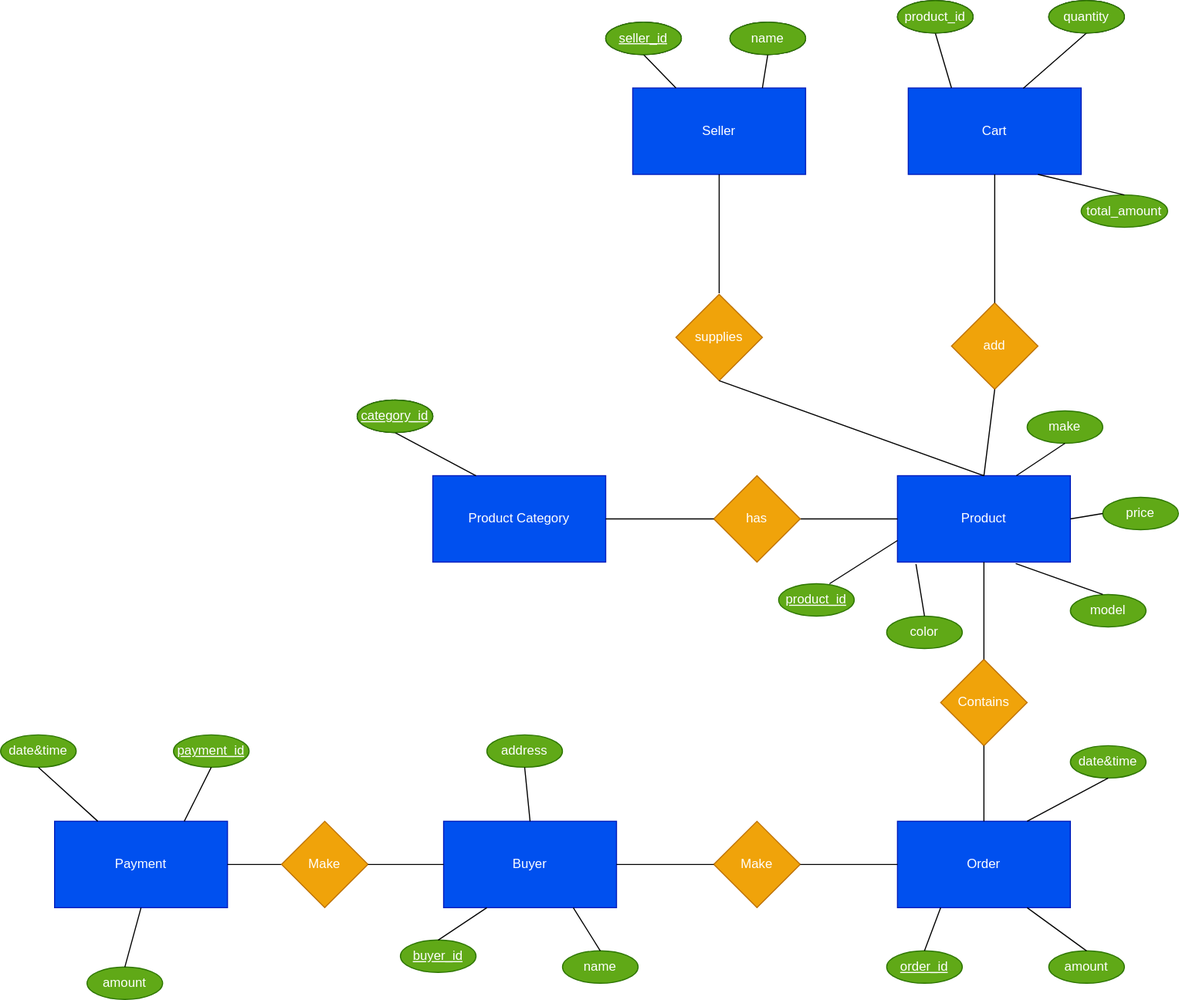
The draw.io diagram ER_diagram.drawio.svg in Hemakanth1/shopping-cart-system, before a commit. Source tidied: cells renumbered, new cells last; positions are measured from the earlier drawing's top-left corner, leaving out a move shared by most shapes.
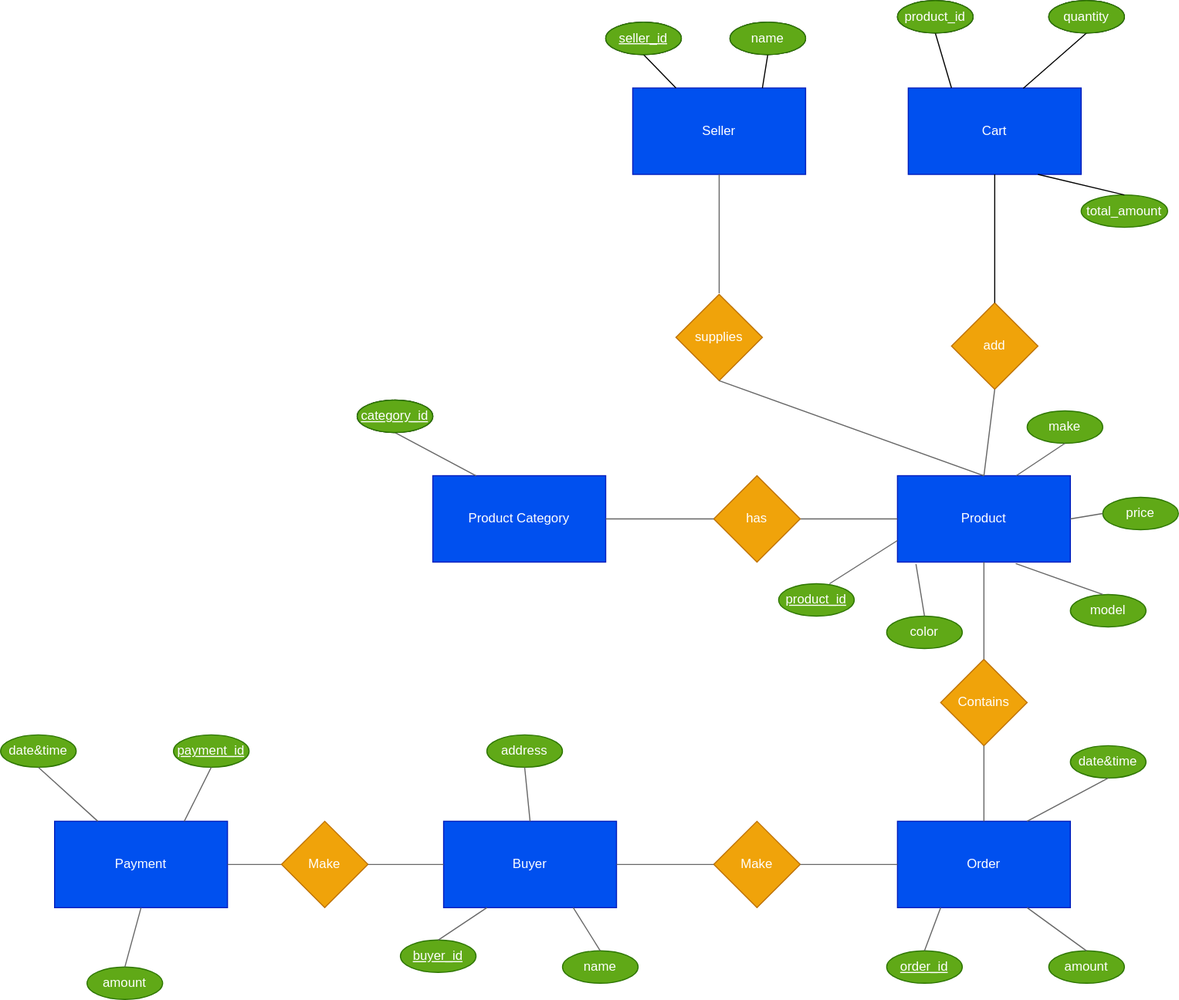
After the change.

What changed in the source:
```diff
@@ -26,39 +26,39 @@
     <mxCell id="9" value="&lt;font color=&quot;#ffffff&quot;&gt;Make&lt;/font&gt;" style="rhombus;whiteSpace=wrap;html=1;fontColor=#000000;fillColor=#f0a30a;strokeColor=#BD7000;" parent="1" vertex="1">
       <mxGeometry x="660" y="760" width="80" height="80" as="geometry" />
     </mxCell>
-    <mxCell id="10" style="endArrow=none;html=1;fontColor=#FFFFFF;exitX=1;exitY=0.5;exitDx=0;exitDy=0;" parent="1" edge="1" source="6" target="9">
+    <mxCell id="10" style="endArrow=none;html=1;fontColor=#FFFFFF;exitX=1;exitY=0.5;exitDx=0;exitDy=0;fillColor=#f5f5f5;strokeColor=#666666;" parent="1" edge="1" source="6" target="9">
       <mxGeometry relative="1" as="geometry" />
     </mxCell>
-    <mxCell id="11" style="endArrow=none;html=1;fontColor=#FFFFFF;exitX=1;exitY=0.5;exitDx=0;exitDy=0;entryX=0;entryY=0.5;entryDx=0;entryDy=0;" parent="1" edge="1" source="9" target="7">
+    <mxCell id="11" style="endArrow=none;html=1;fontColor=#FFFFFF;exitX=1;exitY=0.5;exitDx=0;exitDy=0;entryX=0;entryY=0.5;entryDx=0;entryDy=0;fillColor=#f5f5f5;strokeColor=#666666;" parent="1" edge="1" source="9" target="7">
       <mxGeometry relative="1" as="geometry" />
     </mxCell>
     <mxCell id="12" value="&lt;font color=&quot;#ffffff&quot;&gt;Contains&lt;/font&gt;" style="rhombus;whiteSpace=wrap;html=1;fontColor=#000000;fillColor=#f0a30a;strokeColor=#BD7000;" parent="1" vertex="1">
       <mxGeometry x="870" y="610" width="80" height="80" as="geometry" />
     </mxCell>
-    <mxCell id="13" style="endArrow=none;html=1;fontColor=#FFFFFF;exitX=0.5;exitY=0;exitDx=0;exitDy=0;entryX=0.5;entryY=1;entryDx=0;entryDy=0;" parent="1" edge="1" source="7" target="12">
+    <mxCell id="13" style="endArrow=none;html=1;fontColor=#FFFFFF;exitX=0.5;exitY=0;exitDx=0;exitDy=0;entryX=0.5;entryY=1;entryDx=0;entryDy=0;fillColor=#f5f5f5;strokeColor=#666666;" parent="1" edge="1" source="7" target="12">
       <mxGeometry relative="1" as="geometry" />
     </mxCell>
-    <mxCell id="14" style="endArrow=none;html=1;fontColor=#FFFFFF;entryX=0.5;entryY=0;entryDx=0;entryDy=0;exitX=0.5;exitY=1;exitDx=0;exitDy=0;" parent="1" edge="1" source="3" target="12">
+    <mxCell id="14" style="endArrow=none;html=1;fontColor=#FFFFFF;entryX=0.5;entryY=0;entryDx=0;entryDy=0;exitX=0.5;exitY=1;exitDx=0;exitDy=0;fillColor=#f5f5f5;strokeColor=#666666;" parent="1" edge="1" source="3" target="12">
       <mxGeometry relative="1" as="geometry" />
     </mxCell>
-    <mxCell id="15" style="endArrow=none;html=1;fontColor=#FFFFFF;entryX=0;entryY=0.5;entryDx=0;entryDy=0;" parent="1" edge="1" source="16" target="3">
+    <mxCell id="15" style="endArrow=none;html=1;fontColor=#FFFFFF;entryX=0;entryY=0.5;entryDx=0;entryDy=0;fillColor=#f5f5f5;strokeColor=#666666;" parent="1" edge="1" source="16" target="3">
       <mxGeometry relative="1" as="geometry" />
     </mxCell>
     <mxCell id="16" value="&lt;font color=&quot;#ffffff&quot;&gt;has&lt;/font&gt;" style="rhombus;whiteSpace=wrap;html=1;fontColor=#000000;fillColor=#f0a30a;strokeColor=#BD7000;" parent="1" vertex="1">
       <mxGeometry x="660" y="440" width="80" height="80" as="geometry" />
     </mxCell>
-    <mxCell id="17" style="endArrow=none;html=1;fontColor=#FFFFFF;entryX=0;entryY=0.5;entryDx=0;entryDy=0;exitX=1;exitY=0.5;exitDx=0;exitDy=0;" parent="1" edge="1" source="4" target="16">
+    <mxCell id="17" style="endArrow=none;html=1;fontColor=#FFFFFF;entryX=0;entryY=0.5;entryDx=0;entryDy=0;exitX=1;exitY=0.5;exitDx=0;exitDy=0;fillColor=#f5f5f5;strokeColor=#666666;" parent="1" edge="1" source="4" target="16">
       <mxGeometry relative="1" as="geometry" />
     </mxCell>
     <mxCell id="18" value="&lt;font color=&quot;#ffffff&quot;&gt;supplies&lt;/font&gt;" style="rhombus;whiteSpace=wrap;html=1;fontColor=#000000;fillColor=#f0a30a;strokeColor=#BD7000;" parent="1" vertex="1">
       <mxGeometry x="625" y="272" width="80" height="80" as="geometry" />
     </mxCell>
-    <mxCell id="19" style="endArrow=none;html=1;fontColor=#FFFFFF;exitX=0.5;exitY=1;exitDx=0;exitDy=0;entryX=0.5;entryY=0;entryDx=0;entryDy=0;" parent="1" edge="1" source="2">
+    <mxCell id="19" style="endArrow=none;html=1;fontColor=#FFFFFF;exitX=0.5;exitY=1;exitDx=0;exitDy=0;entryX=0.5;entryY=0;entryDx=0;entryDy=0;fillColor=#f5f5f5;strokeColor=#666666;" parent="1" edge="1" source="2">
       <mxGeometry relative="1" as="geometry">
         <mxPoint x="665" y="271" as="targetPoint" />
       </mxGeometry>
     </mxCell>
-    <mxCell id="20" style="endArrow=none;html=1;fontColor=#FFFFFF;exitX=0.5;exitY=1;exitDx=0;exitDy=0;entryX=0.5;entryY=0;entryDx=0;entryDy=0;" parent="1" edge="1" source="18" target="3">
+    <mxCell id="20" style="endArrow=none;html=1;fontColor=#FFFFFF;exitX=0.5;exitY=1;exitDx=0;exitDy=0;entryX=0.5;entryY=0;entryDx=0;entryDy=0;fillColor=#f5f5f5;strokeColor=#666666;" parent="1" edge="1" source="18" target="3">
       <mxGeometry relative="1" as="geometry" />
     </mxCell>
     <mxCell id="21" value="&lt;font color=&quot;#ffffff&quot;&gt;add&lt;/font&gt;" style="rhombus;whiteSpace=wrap;html=1;fontColor=#000000;fillColor=#f0a30a;strokeColor=#BD7000;" parent="1" vertex="1">
@@ -67,16 +67,16 @@
     <mxCell id="22" style="endArrow=none;html=1;fontColor=#FFFFFF;exitX=0.5;exitY=1;exitDx=0;exitDy=0;entryX=0.5;entryY=0;entryDx=0;entryDy=0;" parent="1" edge="1" source="5" target="21">
       <mxGeometry relative="1" as="geometry" />
     </mxCell>
-    <mxCell id="23" style="endArrow=none;html=1;fontColor=#FFFFFF;entryX=0.5;entryY=1;entryDx=0;entryDy=0;exitX=0.5;exitY=0;exitDx=0;exitDy=0;" parent="1" edge="1" source="3" target="21">
+    <mxCell id="23" style="endArrow=none;html=1;fontColor=#FFFFFF;entryX=0.5;entryY=1;entryDx=0;entryDy=0;exitX=0.5;exitY=0;exitDx=0;exitDy=0;fillColor=#f5f5f5;strokeColor=#666666;" parent="1" edge="1" source="3" target="21">
       <mxGeometry relative="1" as="geometry" />
     </mxCell>
-    <mxCell id="24" style="endArrow=none;html=1;fontColor=#FFFFFF;exitX=1;exitY=0.5;exitDx=0;exitDy=0;entryX=0;entryY=0.5;entryDx=0;entryDy=0;" parent="1" edge="1" source="8" target="25">
+    <mxCell id="24" style="endArrow=none;html=1;fontColor=#FFFFFF;exitX=1;exitY=0.5;exitDx=0;exitDy=0;entryX=0;entryY=0.5;entryDx=0;entryDy=0;fillColor=#f5f5f5;strokeColor=#666666;" parent="1" edge="1" source="8" target="25">
       <mxGeometry relative="1" as="geometry" />
     </mxCell>
     <mxCell id="25" value="&lt;font color=&quot;#ffffff&quot;&gt;Make&lt;/font&gt;" style="rhombus;whiteSpace=wrap;html=1;fontColor=#000000;fillColor=#f0a30a;strokeColor=#BD7000;" parent="1" vertex="1">
       <mxGeometry x="260" y="760" width="80" height="80" as="geometry" />
     </mxCell>
-    <mxCell id="26" style="endArrow=none;html=1;fontColor=#FFFFFF;exitX=1;exitY=0.5;exitDx=0;exitDy=0;entryX=0;entryY=0.5;entryDx=0;entryDy=0;" parent="1" edge="1" source="25" target="6">
+    <mxCell id="26" style="endArrow=none;html=1;fontColor=#FFFFFF;exitX=1;exitY=0.5;exitDx=0;exitDy=0;entryX=0;entryY=0.5;entryDx=0;entryDy=0;fillColor=#f5f5f5;strokeColor=#666666;" parent="1" edge="1" source="25" target="6">
       <mxGeometry relative="1" as="geometry" />
     </mxCell>
     <mxCell id="27" value="color" style="ellipse;whiteSpace=wrap;html=1;fontColor=#ffffff;fillColor=#60a917;strokeColor=#2D7600;" parent="1" vertex="1">
@@ -91,16 +91,16 @@
     <mxCell id="30" value="model" style="ellipse;whiteSpace=wrap;html=1;fontColor=#ffffff;fillColor=#60a917;strokeColor=#2D7600;" parent="1" vertex="1">
       <mxGeometry x="990" y="550" width="70" height="30" as="geometry" />
     </mxCell>
-    <mxCell id="31" style="endArrow=none;html=1;fontColor=#FFFFFF;exitX=0.5;exitY=0;exitDx=0;exitDy=0;entryX=0.107;entryY=1.023;entryDx=0;entryDy=0;entryPerimeter=0;" parent="1" edge="1" source="27" target="3">
+    <mxCell id="31" style="endArrow=none;html=1;fontColor=#FFFFFF;exitX=0.5;exitY=0;exitDx=0;exitDy=0;entryX=0.107;entryY=1.023;entryDx=0;entryDy=0;entryPerimeter=0;fillColor=#f5f5f5;strokeColor=#666666;" parent="1" edge="1" source="27" target="3">
       <mxGeometry relative="1" as="geometry" />
     </mxCell>
-    <mxCell id="32" style="endArrow=none;html=1;fontColor=#FFFFFF;exitX=0.429;exitY=0;exitDx=0;exitDy=0;exitPerimeter=0;entryX=0.684;entryY=1.017;entryDx=0;entryDy=0;entryPerimeter=0;" parent="1" edge="1" source="30" target="3">
+    <mxCell id="32" style="endArrow=none;html=1;fontColor=#FFFFFF;exitX=0.429;exitY=0;exitDx=0;exitDy=0;exitPerimeter=0;entryX=0.684;entryY=1.017;entryDx=0;entryDy=0;entryPerimeter=0;fillColor=#f5f5f5;strokeColor=#666666;" parent="1" edge="1" source="30" target="3">
       <mxGeometry relative="1" as="geometry" />
     </mxCell>
-    <mxCell id="33" style="endArrow=none;html=1;fontColor=#FFFFFF;entryX=0;entryY=0.5;entryDx=0;entryDy=0;exitX=1;exitY=0.5;exitDx=0;exitDy=0;" parent="1" edge="1" source="3" target="28">
+    <mxCell id="33" style="endArrow=none;html=1;fontColor=#FFFFFF;entryX=0;entryY=0.5;entryDx=0;entryDy=0;exitX=1;exitY=0.5;exitDx=0;exitDy=0;fillColor=#f5f5f5;strokeColor=#666666;" parent="1" edge="1" source="3" target="28">
       <mxGeometry relative="1" as="geometry" />
     </mxCell>
-    <mxCell id="34" style="endArrow=none;html=1;fontColor=#FFFFFF;entryX=0.5;entryY=1;entryDx=0;entryDy=0;" parent="1" edge="1" target="29">
+    <mxCell id="34" style="endArrow=none;html=1;fontColor=#FFFFFF;entryX=0.5;entryY=1;entryDx=0;entryDy=0;fillColor=#f5f5f5;strokeColor=#666666;" parent="1" edge="1" target="29">
       <mxGeometry relative="1" as="geometry">
         <mxPoint x="940" y="440" as="sourcePoint" />
       </mxGeometry>
@@ -108,7 +108,7 @@
     <mxCell id="35" value="&lt;u&gt;product_id&lt;/u&gt;" style="ellipse;whiteSpace=wrap;html=1;fontColor=#ffffff;fillColor=#60a917;strokeColor=#2D7600;" parent="1" vertex="1">
       <mxGeometry x="720" y="540" width="70" height="30" as="geometry" />
     </mxCell>
-    <mxCell id="36" style="endArrow=none;html=1;fontColor=#FFFFFF;exitX=0.673;exitY=0;exitDx=0;exitDy=0;exitPerimeter=0;entryX=0;entryY=0.75;entryDx=0;entryDy=0;" parent="1" edge="1" source="35" target="3">
+    <mxCell id="36" style="endArrow=none;html=1;fontColor=#FFFFFF;exitX=0.673;exitY=0;exitDx=0;exitDy=0;exitPerimeter=0;entryX=0;entryY=0.75;entryDx=0;entryDy=0;fillColor=#f5f5f5;strokeColor=#666666;" parent="1" edge="1" source="35" target="3">
       <mxGeometry relative="1" as="geometry" />
     </mxCell>
     <mxCell id="37" value="&lt;u&gt;buyer_id&lt;/u&gt;" style="ellipse;whiteSpace=wrap;html=1;fontColor=#ffffff;fillColor=#60a917;strokeColor=#2D7600;" parent="1" vertex="1">
@@ -120,13 +120,13 @@
     <mxCell id="39" value="address" style="ellipse;whiteSpace=wrap;html=1;fontColor=#ffffff;fillColor=#60a917;strokeColor=#2D7600;" parent="1" vertex="1">
       <mxGeometry x="450" y="680" width="70" height="30" as="geometry" />
     </mxCell>
-    <mxCell id="40" style="endArrow=none;html=1;fontColor=#FFFFFF;exitX=0.5;exitY=0;exitDx=0;exitDy=0;entryX=0.75;entryY=1;entryDx=0;entryDy=0;" parent="1" edge="1" source="38" target="6">
+    <mxCell id="40" style="endArrow=none;html=1;fontColor=#FFFFFF;exitX=0.5;exitY=0;exitDx=0;exitDy=0;entryX=0.75;entryY=1;entryDx=0;entryDy=0;fillColor=#f5f5f5;strokeColor=#666666;" parent="1" edge="1" source="38" target="6">
       <mxGeometry relative="1" as="geometry" />
     </mxCell>
-    <mxCell id="41" style="endArrow=none;html=1;fontColor=#FFFFFF;exitX=0.5;exitY=0;exitDx=0;exitDy=0;entryX=0.25;entryY=1;entryDx=0;entryDy=0;" parent="1" edge="1" source="37" target="6">
+    <mxCell id="41" style="endArrow=none;html=1;fontColor=#FFFFFF;exitX=0.5;exitY=0;exitDx=0;exitDy=0;entryX=0.25;entryY=1;entryDx=0;entryDy=0;fillColor=#f5f5f5;strokeColor=#666666;" parent="1" edge="1" source="37" target="6">
       <mxGeometry relative="1" as="geometry" />
     </mxCell>
-    <mxCell id="42" style="endArrow=none;html=1;fontColor=#FFFFFF;exitX=0.5;exitY=1;exitDx=0;exitDy=0;entryX=0.5;entryY=0;entryDx=0;entryDy=0;" parent="1" edge="1" source="39" target="6">
+    <mxCell id="42" style="endArrow=none;html=1;fontColor=#FFFFFF;exitX=0.5;exitY=1;exitDx=0;exitDy=0;entryX=0.5;entryY=0;entryDx=0;entryDy=0;fillColor=#f5f5f5;strokeColor=#666666;" parent="1" edge="1" source="39" target="6">
       <mxGeometry relative="1" as="geometry" />
     </mxCell>
     <mxCell id="43" value="&lt;u&gt;order_id&lt;/u&gt;" style="ellipse;whiteSpace=wrap;html=1;fontColor=#ffffff;fillColor=#60a917;strokeColor=#2D7600;" parent="1" vertex="1">
@@ -135,16 +135,16 @@
     <mxCell id="44" value="amount" style="ellipse;whiteSpace=wrap;html=1;fontColor=#ffffff;fillColor=#60a917;strokeColor=#2D7600;" parent="1" vertex="1">
       <mxGeometry x="970" y="880" width="70" height="30" as="geometry" />
     </mxCell>
-    <mxCell id="45" style="endArrow=none;html=1;fontColor=#FFFFFF;exitX=0.5;exitY=0;exitDx=0;exitDy=0;entryX=0.25;entryY=1;entryDx=0;entryDy=0;" parent="1" edge="1" source="43" target="7">
+    <mxCell id="45" style="endArrow=none;html=1;fontColor=#FFFFFF;exitX=0.5;exitY=0;exitDx=0;exitDy=0;entryX=0.25;entryY=1;entryDx=0;entryDy=0;fillColor=#f5f5f5;strokeColor=#666666;" parent="1" edge="1" source="43" target="7">
       <mxGeometry relative="1" as="geometry" />
     </mxCell>
-    <mxCell id="46" style="endArrow=none;html=1;fontColor=#FFFFFF;exitX=0.5;exitY=0;exitDx=0;exitDy=0;entryX=0.75;entryY=1;entryDx=0;entryDy=0;" parent="1" edge="1" source="44" target="7">
+    <mxCell id="46" style="endArrow=none;html=1;fontColor=#FFFFFF;exitX=0.5;exitY=0;exitDx=0;exitDy=0;entryX=0.75;entryY=1;entryDx=0;entryDy=0;fillColor=#f5f5f5;strokeColor=#666666;" parent="1" edge="1" source="44" target="7">
       <mxGeometry relative="1" as="geometry" />
     </mxCell>
     <mxCell id="47" value="date&amp;amp;time" style="ellipse;whiteSpace=wrap;html=1;fontColor=#ffffff;fillColor=#60a917;strokeColor=#2D7600;" parent="1" vertex="1">
       <mxGeometry x="990" y="690" width="70" height="30" as="geometry" />
     </mxCell>
-    <mxCell id="48" style="endArrow=none;html=1;fontColor=#FFFFFF;entryX=0.5;entryY=1;entryDx=0;entryDy=0;exitX=0.75;exitY=0;exitDx=0;exitDy=0;" parent="1" edge="1" source="7" target="47">
+    <mxCell id="48" style="endArrow=none;html=1;fontColor=#FFFFFF;entryX=0.5;entryY=1;entryDx=0;entryDy=0;exitX=0.75;exitY=0;exitDx=0;exitDy=0;fillColor=#f5f5f5;strokeColor=#666666;" parent="1" edge="1" source="7" target="47">
       <mxGeometry relative="1" as="geometry" />
     </mxCell>
     <mxCell id="49" value="date&amp;amp;time" style="ellipse;whiteSpace=wrap;html=1;fillColor=#60a917;strokeColor=#2D7600;fontColor=#ffffff;" parent="1" vertex="1">
@@ -156,13 +156,13 @@
     <mxCell id="51" value="amount" style="ellipse;whiteSpace=wrap;html=1;fontColor=#ffffff;fillColor=#60a917;strokeColor=#2D7600;" parent="1" vertex="1">
       <mxGeometry x="80" y="895" width="70" height="30" as="geometry" />
     </mxCell>
-    <mxCell id="52" style="endArrow=none;html=1;fontColor=#FFFFFF;exitX=0.5;exitY=0;exitDx=0;exitDy=0;entryX=0.5;entryY=1;entryDx=0;entryDy=0;" parent="1" edge="1" source="51" target="8">
+    <mxCell id="52" style="endArrow=none;html=1;fontColor=#FFFFFF;exitX=0.5;exitY=0;exitDx=0;exitDy=0;entryX=0.5;entryY=1;entryDx=0;entryDy=0;fillColor=#f5f5f5;strokeColor=#666666;" parent="1" edge="1" source="51" target="8">
       <mxGeometry relative="1" as="geometry" />
     </mxCell>
-    <mxCell id="53" style="endArrow=none;html=1;fontColor=#FFFFFF;entryX=0.5;entryY=1;entryDx=0;entryDy=0;exitX=0.75;exitY=0;exitDx=0;exitDy=0;" parent="1" edge="1" source="8" target="50">
+    <mxCell id="53" style="endArrow=none;html=1;fontColor=#FFFFFF;entryX=0.5;entryY=1;entryDx=0;entryDy=0;exitX=0.75;exitY=0;exitDx=0;exitDy=0;fillColor=#f5f5f5;strokeColor=#666666;" parent="1" edge="1" source="8" target="50">
       <mxGeometry relative="1" as="geometry" />
     </mxCell>
-    <mxCell id="54" style="endArrow=none;html=1;fontColor=#FFFFFF;entryX=0.5;entryY=1;entryDx=0;entryDy=0;exitX=0.25;exitY=0;exitDx=0;exitDy=0;" parent="1" edge="1" source="8" target="49">
+    <mxCell id="54" style="endArrow=none;html=1;fontColor=#FFFFFF;entryX=0.5;entryY=1;entryDx=0;entryDy=0;exitX=0.25;exitY=0;exitDx=0;exitDy=0;strokeColor=#666666;fillColor=#f5f5f5;" parent="1" edge="1" source="8" target="49">
       <mxGeometry relative="1" as="geometry" />
     </mxCell>
     <mxCell id="55" value="&lt;u&gt;seller_id&lt;/u&gt;" style="ellipse;whiteSpace=wrap;html=1;fontColor=#FFFFFF;" parent="1" vertex="1">
@@ -198,7 +198,7 @@
     <mxCell id="65" value="&lt;u&gt;category_id&lt;/u&gt;" style="ellipse;whiteSpace=wrap;html=1;fontColor=#FFFFFF;" parent="1" vertex="1">
       <mxGeometry x="330" y="370" width="70" height="30" as="geometry" />
     </mxCell>
-    <mxCell id="66" style="endArrow=none;html=1;fontColor=#FFFFFF;exitX=0.5;exitY=1;exitDx=0;exitDy=0;entryX=0.25;entryY=0;entryDx=0;entryDy=0;" parent="1" edge="1" source="65" target="4">
+    <mxCell id="66" style="endArrow=none;html=1;fontColor=#FFFFFF;exitX=0.5;exitY=1;exitDx=0;exitDy=0;entryX=0.25;entryY=0;entryDx=0;entryDy=0;fillColor=#f5f5f5;strokeColor=#666666;" parent="1" edge="1" source="65" target="4">
       <mxGeometry relative="1" as="geometry" />
     </mxCell>
     <mxCell id="67" value="&lt;u&gt;category_id&lt;/u&gt;" style="ellipse;whiteSpace=wrap;html=1;fontColor=#ffffff;fillColor=#60a917;strokeColor=#2D7600;" parent="1" vertex="1">
```
